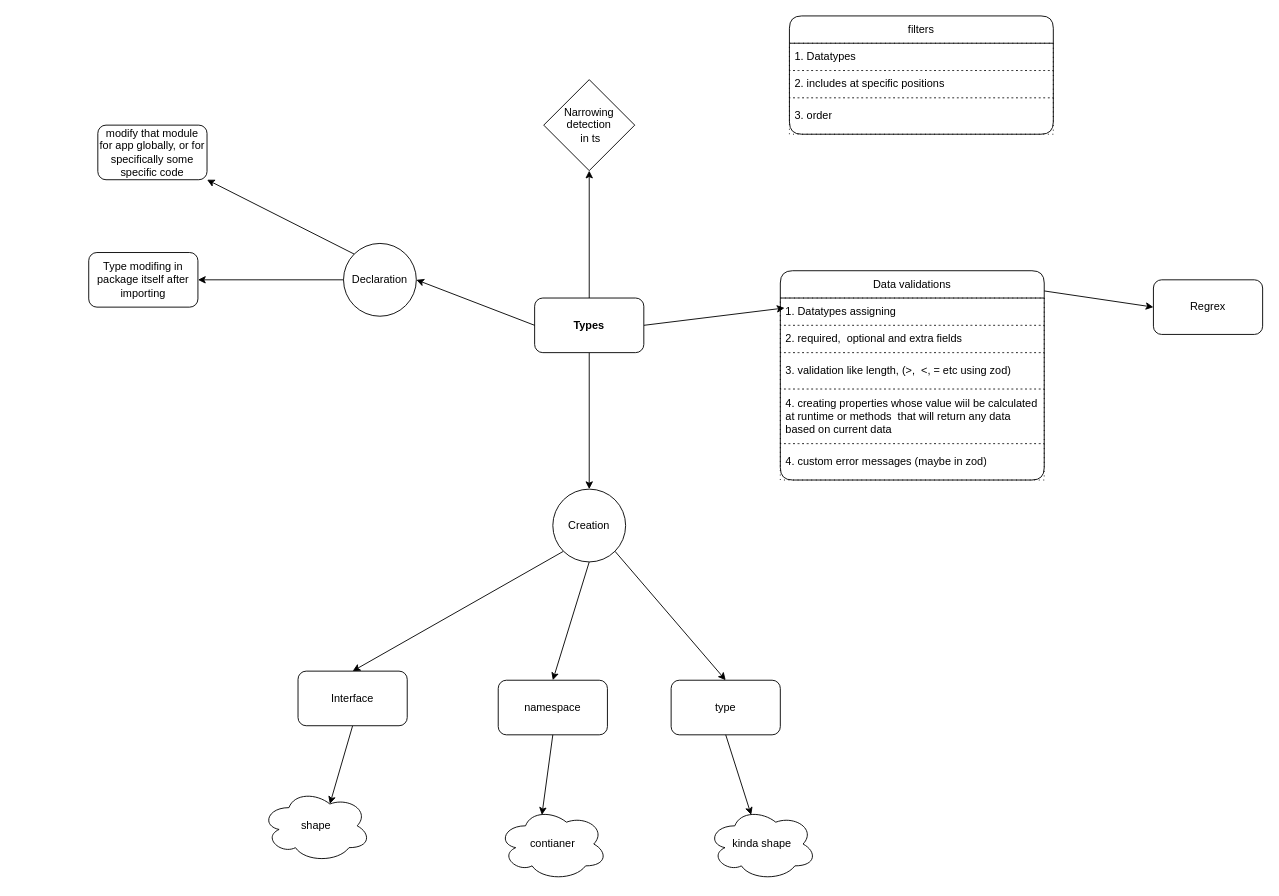
Above: programming-langs/types.dio in knpvt5/Programming-Concepts (draw.io), before the change. Source tidied: cells renumbered, new cells numbered last; positions are measured from the earlier drawing's top-left corner, leaving out a move shared by most shapes. Both pictures are drawn from the tidied source at 91%, with x=0, y=0 at pixel (88, 15).
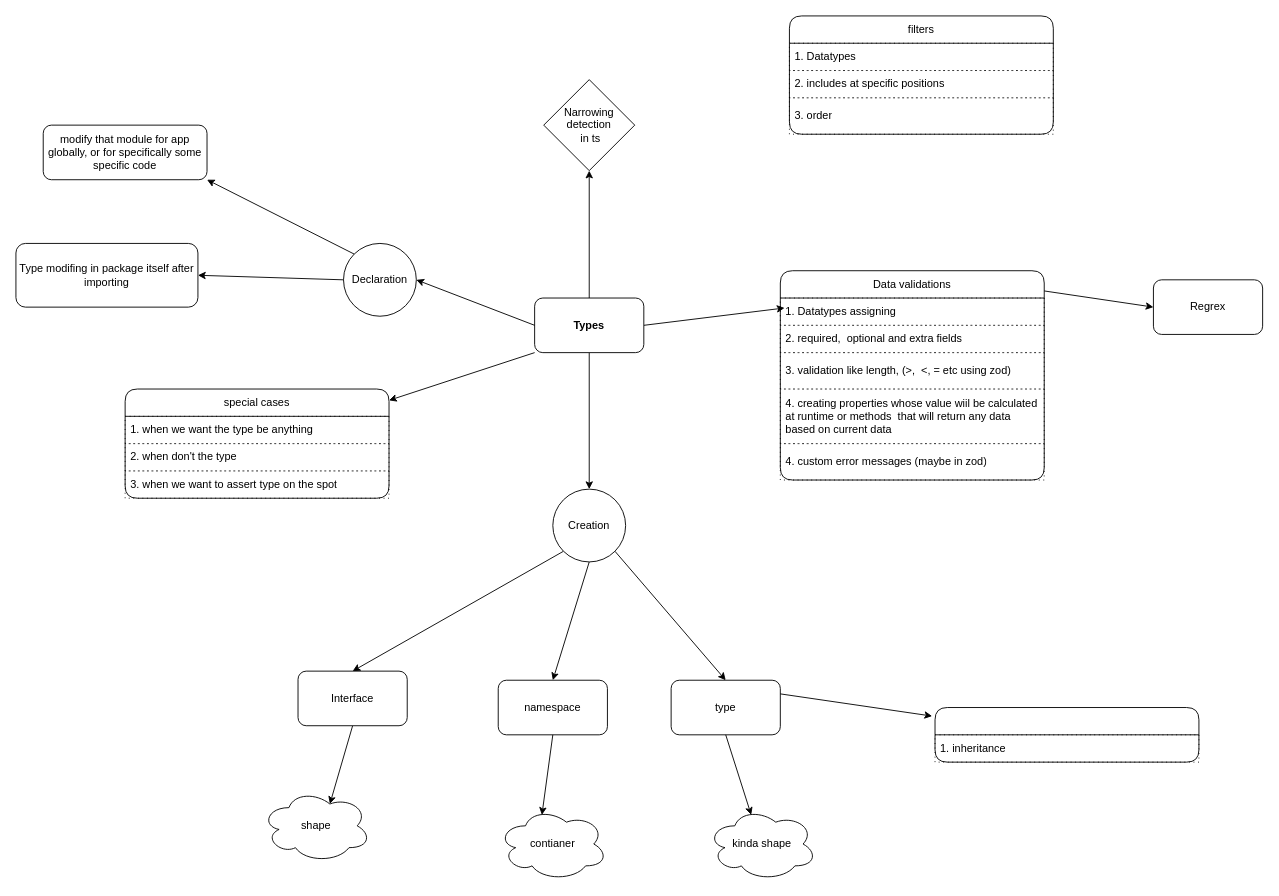
The same diagram, later.

The change refers to these unchanged cells:
```xml
<mxCell id="4" value="&lt;b&gt;Types&lt;/b&gt;" style="rounded=1;whiteSpace=wrap;html=1;" parent="1" vertex="1">
  <mxGeometry x="490" y="310" width="120" height="60" as="geometry" />
</mxCell>
<mxCell id="12" value="type" style="rounded=1;whiteSpace=wrap;html=1;" parent="1" vertex="1">
  <mxGeometry x="640" y="730" width="120" height="60" as="geometry" />
</mxCell>
```

Change to the diagram source:
```diff
@@
+    <mxCell id="38" style="edgeStyle=none;html=1;exitX=0;exitY=1;exitDx=0;exitDy=0;" parent="1" edge="1" source="4" target="39">
+      <mxGeometry relative="1" as="geometry" />
+    </mxCell>
@@
     <mxCell id="23" value="Type modifing in package itself after importing" style="rounded=1;whiteSpace=wrap;html=1;" parent="1" vertex="1">
-      <mxGeometry y="260" width="120" height="60" as="geometry" />
+      <mxGeometry x="-80" y="250" width="200" height="70" as="geometry" />
     </mxCell>
     <mxCell id="24" value="modify that module for app globally, or for specifically some specific code" style="rounded=1;whiteSpace=wrap;html=1;" parent="1" vertex="1">
-      <mxGeometry x="10" y="120" width="120" height="60" as="geometry" />
+      <mxGeometry x="-50" y="120" width="180" height="60" as="geometry" />
     </mxCell>
@@
+    <mxCell id="39" value="special cases" style="swimlane;fontStyle=0;horizontal=1;startSize=30;whiteSpace=wrap;html=1;rounded=1;" parent="1" vertex="1">
+      <mxGeometry x="40" y="410" width="290" height="120" as="geometry" />
+    </mxCell>
+    <mxCell id="40" value="1. when we want the type be anything" style="text;strokeColor=default;fillColor=none;align=left;verticalAlign=middle;spacingLeft=4;spacingRight=4;overflow=hidden;whiteSpace=wrap;html=1;dashed=1;dashPattern=1 4;" parent="39" vertex="1">
+      <mxGeometry y="30" width="290" height="30" as="geometry" />
+    </mxCell>
+    <mxCell id="41" value="2. when don't the type" style="text;strokeColor=default;fillColor=none;align=left;verticalAlign=middle;spacingLeft=4;spacingRight=4;overflow=hidden;whiteSpace=wrap;html=1;dashed=1;dashPattern=1 4;" parent="39" vertex="1">
+      <mxGeometry y="60" width="290" height="30" as="geometry" />
+    </mxCell>
+    <mxCell id="42" value="3. when we want to assert type on the spot" style="text;strokeColor=default;fillColor=none;align=left;verticalAlign=middle;spacingLeft=4;spacingRight=4;overflow=hidden;whiteSpace=wrap;html=1;dashed=1;dashPattern=1 4;" parent="39" vertex="1">
+      <mxGeometry y="90" width="290" height="30" as="geometry" />
+    </mxCell>
+    <mxCell id="43" style="swimlane;fontStyle=0;horizontal=1;startSize=30;whiteSpace=wrap;html=1;rounded=1;" parent="1" vertex="1">
+      <mxGeometry x="930" y="760" width="290" height="60" as="geometry" />
+    </mxCell>
+    <mxCell id="44" value="1. inheritance" style="text;strokeColor=default;fillColor=none;align=left;verticalAlign=middle;spacingLeft=4;spacingRight=4;overflow=hidden;whiteSpace=wrap;html=1;dashed=1;dashPattern=1 4;" parent="43" vertex="1">
+      <mxGeometry y="30" width="290" height="30" as="geometry" />
+    </mxCell>
@@
+    <mxCell id="45" style="edgeStyle=none;html=1;exitX=1;exitY=0.25;exitDx=0;exitDy=0;entryX=-0.011;entryY=0.157;entryDx=0;entryDy=0;entryPerimeter=0;" parent="1" edge="1" source="12" target="43">
+      <mxGeometry relative="1" as="geometry" />
+    </mxCell>
```
